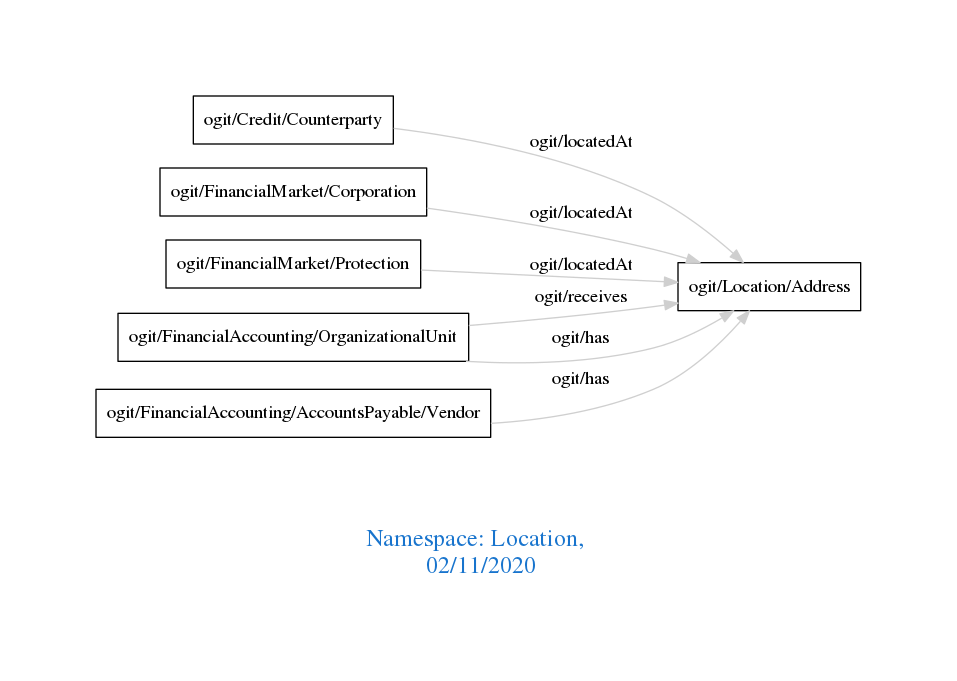
This is downloads/Location.png from arago/OGIT, a Graphviz export, as it was before one commit. Its source is kept beside it as downloads/Location.dot.
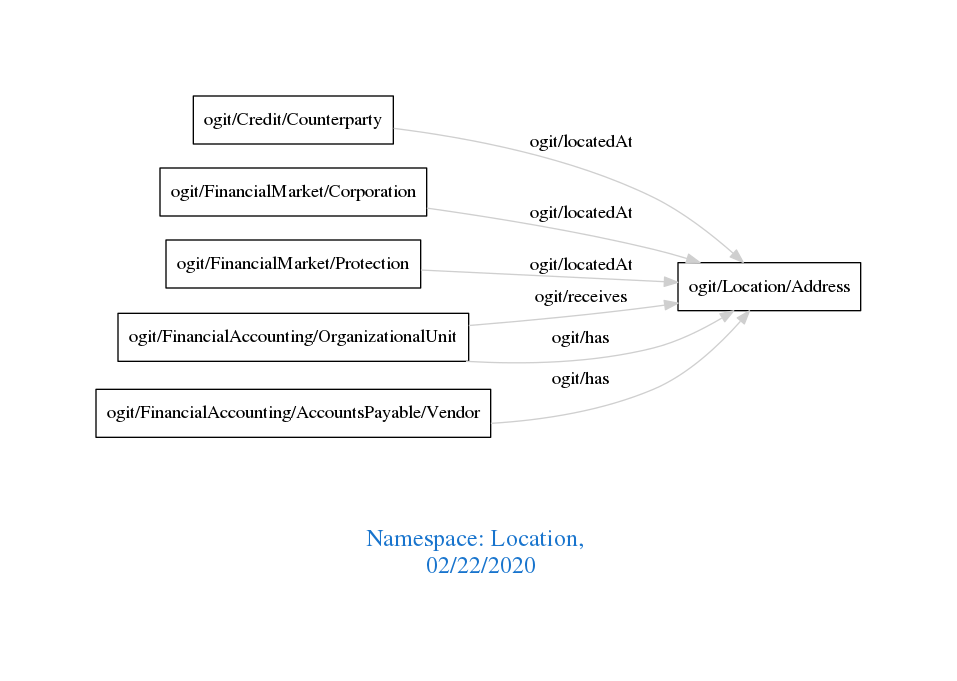
After the commit.

Diff of the diagram source:
```diff
@@ -1,7 +1,7 @@
 digraph OGIT_ontology {
  graph [ rankdir= LR,pad=1
 fontsize = 18,
-fontcolor= dodgerblue3,label = "\n\n\nNamespace: Location, \n 02/11/2020"];
+fontcolor= dodgerblue3,label = "\n\n\nNamespace: Location, \n 02/22/2020"];
 node[shape=polygon];
 edge [  color="gray81"];
 
```
